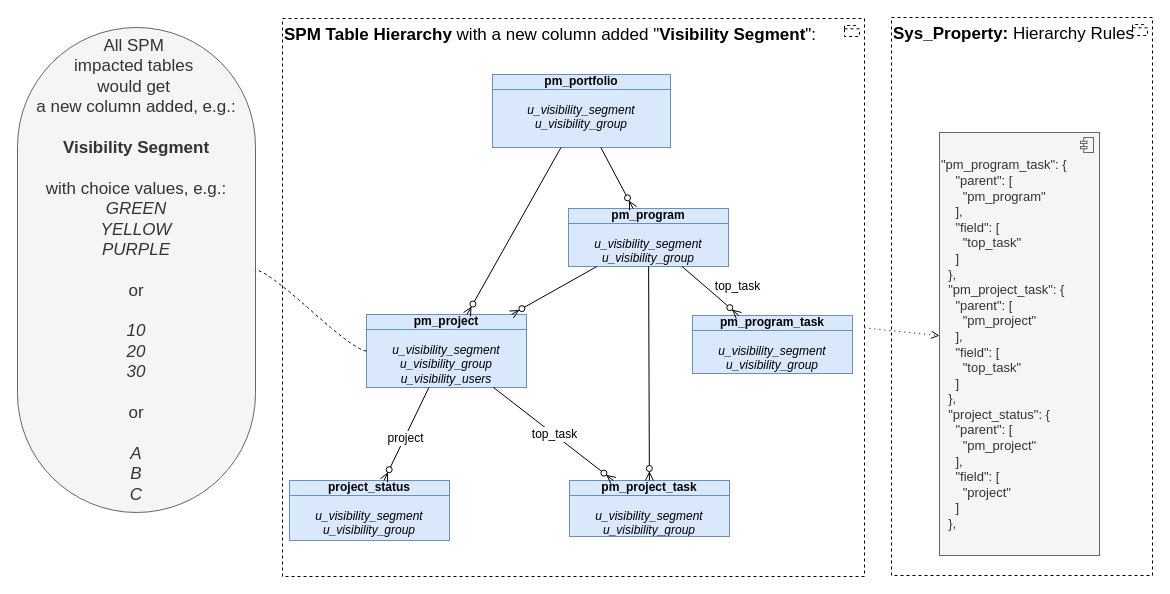
This is page "hier1" (4 of 20) of Sar.drawio from algimas/tmp, a draw.io file, before an edit. Source tidied: cells renumbered, new cells numbered last; positions are measured from the earlier drawing's top-left corner, leaving out a move shared by most shapes. Both pictures are drawn from the tidied source at 100%, with x=0, y=0 at pixel (17, 17).
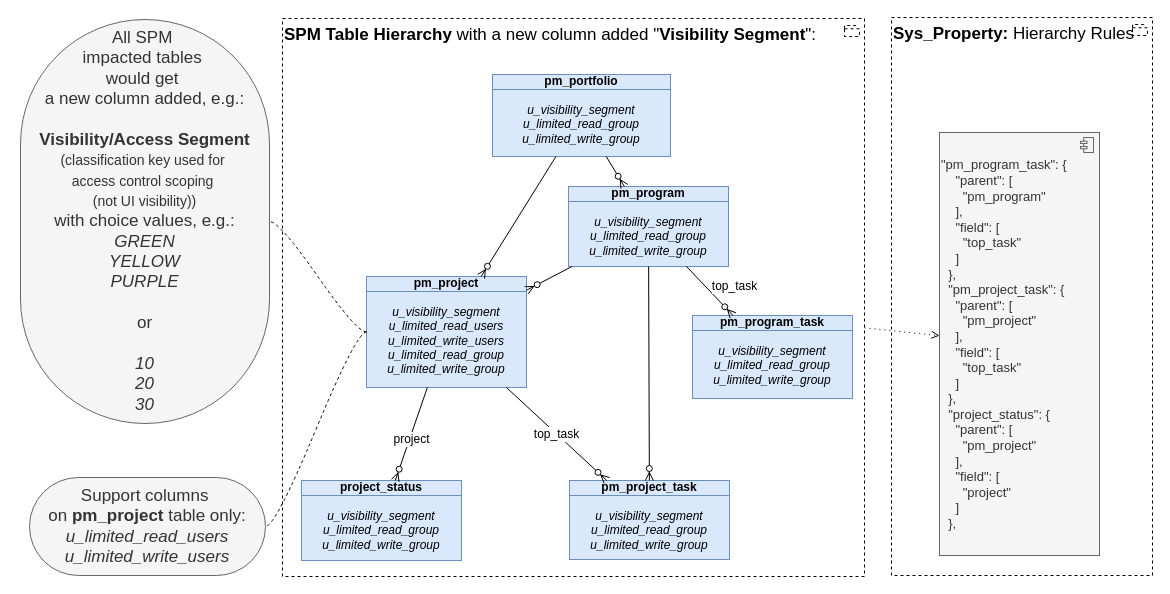
The same diagram, later.

The edit, as a diff of the source:
```diff
@@
-    <mxCell id="4" value="&lt;div&gt;&lt;b&gt;pm_project&lt;/b&gt;&lt;/div&gt;&lt;div&gt;&lt;div&gt;&lt;i&gt;&lt;br&gt;&lt;/i&gt;&lt;/div&gt;&lt;div&gt;&lt;i&gt;u_visibility_segment&lt;/i&gt;&lt;/div&gt;&lt;div&gt;&lt;i&gt;u_visibility_group&lt;/i&gt;&lt;/div&gt;&lt;div&gt;&lt;i&gt;u_visibility_users&lt;/i&gt;&lt;/div&gt;&lt;br&gt;&lt;/div&gt;" style="html=1;outlineConnect=0;whiteSpace=wrap;fillColor=#dae8fc;shape=mxgraph.archimate3.businessObject;overflow=fill;strokeColor=#6c8ebf;fontStyle=0;fontSize=12;" parent="1" vertex="1">
-      <mxGeometry x="349" y="297" width="160" height="73" as="geometry" />
+    <mxCell id="4" value="&lt;div&gt;&lt;b&gt;pm_project&lt;/b&gt;&lt;/div&gt;&lt;div&gt;&lt;div&gt;&lt;i&gt;&lt;br&gt;&lt;/i&gt;&lt;/div&gt;&lt;div&gt;&lt;i&gt;u_visibility_segment&lt;/i&gt;&lt;/div&gt;&lt;div&gt;&lt;i&gt;u_limited_read_users&lt;/i&gt;&lt;/div&gt;&lt;div&gt;&lt;i&gt;u_limited_write_users&lt;/i&gt;&lt;/div&gt;&lt;i&gt;u_limited_read_group&lt;/i&gt;&lt;/div&gt;&lt;div&gt;&lt;i&gt;u_limited_write_group&lt;/i&gt;&lt;/div&gt;" style="html=1;outlineConnect=0;whiteSpace=wrap;fillColor=#dae8fc;shape=mxgraph.archimate3.businessObject;overflow=fill;strokeColor=#6c8ebf;fontStyle=0;fontSize=12;" parent="1" vertex="1">
+      <mxGeometry x="349" y="259" width="160" height="111" as="geometry" />
     </mxCell>
-    <mxCell id="5" value="&lt;div&gt;&lt;b&gt;pm_program_task&lt;/b&gt;&lt;/div&gt;&lt;div&gt;&lt;i&gt;&lt;br&gt;&lt;/i&gt;&lt;/div&gt;&lt;div&gt;&lt;i&gt;u_visibility_segment&lt;/i&gt;&lt;/div&gt;&lt;div&gt;&lt;i&gt;u_visibility_group&lt;/i&gt;&lt;/div&gt;" style="html=1;outlineConnect=0;whiteSpace=wrap;fillColor=#dae8fc;shape=mxgraph.archimate3.businessObject;overflow=fill;strokeColor=#6c8ebf;fontStyle=0;fontSize=12;" parent="1" vertex="1">
-      <mxGeometry x="675" y="298" width="160" height="58" as="geometry" />
+    <mxCell id="5" value="&lt;div&gt;&lt;b&gt;pm_program_task&lt;/b&gt;&lt;/div&gt;&lt;div&gt;&lt;i&gt;&lt;br&gt;&lt;/i&gt;&lt;/div&gt;&lt;div&gt;&lt;i&gt;u_visibility_segment&lt;/i&gt;&lt;/div&gt;&lt;div&gt;&lt;div&gt;&lt;i&gt;u_limited_read_group&lt;/i&gt;&lt;/div&gt;&lt;div&gt;&lt;i&gt;u_limited_write_group&lt;/i&gt;&lt;/div&gt;&lt;/div&gt;" style="html=1;outlineConnect=0;whiteSpace=wrap;fillColor=#dae8fc;shape=mxgraph.archimate3.businessObject;overflow=fill;strokeColor=#6c8ebf;fontStyle=0;fontSize=12;" parent="1" vertex="1">
+      <mxGeometry x="675" y="298" width="160" height="83" as="geometry" />
     </mxCell>
-    <mxCell id="6" value="&lt;div&gt;&lt;span&gt;&lt;b&gt;pm_portfolio&lt;/b&gt;&lt;/span&gt;&lt;/div&gt;&lt;div&gt;&lt;br&gt;&lt;/div&gt;&lt;div&gt;&lt;i&gt;u_visibility_segment&lt;/i&gt;&lt;/div&gt;&lt;div&gt;&lt;i&gt;u_visibility_group&lt;/i&gt;&lt;/div&gt;" style="html=1;outlineConnect=0;whiteSpace=wrap;fillColor=#dae8fc;shape=mxgraph.archimate3.businessObject;overflow=fill;strokeColor=#6c8ebf;fontStyle=0;fontSize=12;" parent="1" vertex="1">
-      <mxGeometry x="475" y="57" width="178" height="73" as="geometry" />
+    <mxCell id="6" value="&lt;div&gt;&lt;span&gt;&lt;b&gt;pm_portfolio&lt;/b&gt;&lt;/span&gt;&lt;/div&gt;&lt;div&gt;&lt;br&gt;&lt;/div&gt;&lt;div&gt;&lt;i&gt;u_visibility_segment&lt;/i&gt;&lt;/div&gt;&lt;div&gt;&lt;div&gt;&lt;i&gt;u_limited_read_group&lt;/i&gt;&lt;/div&gt;&lt;div&gt;&lt;i&gt;u_limited_write_group&lt;/i&gt;&lt;/div&gt;&lt;/div&gt;" style="html=1;outlineConnect=0;whiteSpace=wrap;fillColor=#dae8fc;shape=mxgraph.archimate3.businessObject;overflow=fill;strokeColor=#6c8ebf;fontStyle=0;fontSize=12;" parent="1" vertex="1">
+      <mxGeometry x="475" y="57" width="178" height="82" as="geometry" />
     </mxCell>
-    <mxCell id="7" value="&lt;div&gt;&lt;b&gt;project_status&lt;/b&gt;&lt;/div&gt;&lt;div&gt;&lt;div&gt;&lt;i&gt;&lt;br&gt;&lt;/i&gt;&lt;/div&gt;&lt;div&gt;&lt;i&gt;u_visibility_segment&lt;/i&gt;&lt;/div&gt;&lt;div&gt;&lt;i&gt;u_visibility_group&lt;/i&gt;&lt;/div&gt;&lt;br&gt;&lt;/div&gt;" style="html=1;outlineConnect=0;whiteSpace=wrap;fillColor=#dae8fc;shape=mxgraph.archimate3.businessObject;overflow=fill;strokeColor=#6c8ebf;fontStyle=0;fontSize=12;" parent="1" vertex="1">
-      <mxGeometry x="272" y="463" width="160" height="60" as="geometry" />
+    <mxCell id="7" value="&lt;div&gt;&lt;b&gt;project_status&lt;/b&gt;&lt;/div&gt;&lt;div&gt;&lt;div&gt;&lt;i&gt;&lt;br&gt;&lt;/i&gt;&lt;/div&gt;&lt;div&gt;&lt;i&gt;u_visibility_segment&lt;/i&gt;&lt;/div&gt;&lt;div&gt;&lt;div&gt;&lt;i&gt;u_limited_read_group&lt;/i&gt;&lt;/div&gt;&lt;div&gt;&lt;i&gt;u_limited_write_group&lt;/i&gt;&lt;/div&gt;&lt;/div&gt;&lt;br&gt;&lt;/div&gt;" style="html=1;outlineConnect=0;whiteSpace=wrap;fillColor=#dae8fc;shape=mxgraph.archimate3.businessObject;overflow=fill;strokeColor=#6c8ebf;fontStyle=0;fontSize=12;" parent="1" vertex="1">
+      <mxGeometry x="284" y="463" width="160" height="80" as="geometry" />
     </mxCell>
@@
-    <mxCell id="10" value="&lt;div&gt;&lt;b&gt;pm_project_task&lt;/b&gt;&lt;/div&gt;&lt;div&gt;&lt;div&gt;&lt;i&gt;&lt;br&gt;&lt;/i&gt;&lt;/div&gt;&lt;div&gt;&lt;i&gt;u_visibility_segment&lt;/i&gt;&lt;/div&gt;&lt;div&gt;&lt;i&gt;u_visibility_group&lt;/i&gt;&lt;/div&gt;&lt;/div&gt;" style="html=1;outlineConnect=0;whiteSpace=wrap;fillColor=#dae8fc;shape=mxgraph.archimate3.businessObject;overflow=fill;strokeColor=#6c8ebf;fontStyle=0;fontSize=12;" parent="1" vertex="1">
-      <mxGeometry x="552" y="463" width="160" height="56" as="geometry" />
+    <mxCell id="10" value="&lt;div&gt;&lt;b&gt;pm_project_task&lt;/b&gt;&lt;/div&gt;&lt;div&gt;&lt;div&gt;&lt;i&gt;&lt;br&gt;&lt;/i&gt;&lt;/div&gt;&lt;div&gt;&lt;i&gt;u_visibility_segment&lt;/i&gt;&lt;/div&gt;&lt;div&gt;&lt;div&gt;&lt;i&gt;u_limited_read_group&lt;/i&gt;&lt;/div&gt;&lt;div&gt;&lt;i&gt;u_limited_write_group&lt;/i&gt;&lt;/div&gt;&lt;/div&gt;&lt;/div&gt;" style="html=1;outlineConnect=0;whiteSpace=wrap;fillColor=#dae8fc;shape=mxgraph.archimate3.businessObject;overflow=fill;strokeColor=#6c8ebf;fontStyle=0;fontSize=12;" parent="1" vertex="1">
+      <mxGeometry x="552" y="463" width="160" height="79" as="geometry" />
     </mxCell>
-    <mxCell id="11" value="&lt;div&gt;&lt;b&gt;pm_program&lt;/b&gt;&lt;/div&gt;&lt;div&gt;&lt;div&gt;&lt;i&gt;&lt;br&gt;&lt;/i&gt;&lt;/div&gt;&lt;div&gt;&lt;i&gt;u_visibility_segment&lt;/i&gt;&lt;/div&gt;&lt;div&gt;&lt;i&gt;u_visibility_group&lt;/i&gt;&lt;/div&gt;&lt;/div&gt;&lt;div&gt;&lt;br&gt;&lt;/div&gt;&lt;div&gt;&lt;br&gt;&lt;/div&gt;" style="html=1;outlineConnect=0;whiteSpace=wrap;fillColor=#dae8fc;shape=mxgraph.archimate3.businessObject;overflow=fill;strokeColor=#6c8ebf;fontStyle=0;fontSize=12;" parent="1" vertex="1">
-      <mxGeometry x="551" y="191" width="160" height="58" as="geometry" />
+    <mxCell id="11" value="&lt;div&gt;&lt;b&gt;pm_program&lt;/b&gt;&lt;/div&gt;&lt;div&gt;&lt;div&gt;&lt;i&gt;&lt;br&gt;&lt;/i&gt;&lt;/div&gt;&lt;div&gt;&lt;i&gt;u_visibility_segment&lt;/i&gt;&lt;/div&gt;&lt;div&gt;&lt;div&gt;&lt;i&gt;u_limited_read_group&lt;/i&gt;&lt;/div&gt;&lt;div&gt;&lt;i&gt;u_limited_write_group&lt;/i&gt;&lt;/div&gt;&lt;/div&gt;&lt;/div&gt;&lt;div&gt;&lt;br&gt;&lt;/div&gt;&lt;div&gt;&lt;br&gt;&lt;/div&gt;" style="html=1;outlineConnect=0;whiteSpace=wrap;fillColor=#dae8fc;shape=mxgraph.archimate3.businessObject;overflow=fill;strokeColor=#6c8ebf;fontStyle=0;fontSize=12;" parent="1" vertex="1">
+      <mxGeometry x="551" y="169" width="160" height="80" as="geometry" />
     </mxCell>
@@
-    <mxCell id="20" value="&lt;div&gt;All SPM&amp;nbsp;&lt;/div&gt;&lt;div&gt;impacted tables&amp;nbsp;&lt;/div&gt;&lt;div&gt;would get&amp;nbsp;&lt;/div&gt;&lt;div&gt;a new&amp;nbsp;column added, e.g.:&lt;/div&gt;&lt;div&gt;&lt;br&gt;&lt;/div&gt;&lt;div&gt;&lt;b&gt;Visibility Segment&lt;/b&gt;&lt;/div&gt;&lt;div&gt;&lt;br&gt;&lt;/div&gt;&lt;div&gt;with choice values, e.g.:&lt;/div&gt;&lt;div&gt;&lt;i&gt;GREEN&lt;/i&gt;&lt;/div&gt;&lt;div&gt;&lt;i&gt;YELLOW&lt;/i&gt;&lt;/div&gt;&lt;div&gt;&lt;i&gt;PURPLE&lt;/i&gt;&lt;/div&gt;&lt;div&gt;&lt;br&gt;&lt;/div&gt;&lt;div&gt;or&lt;/div&gt;&lt;div&gt;&lt;br&gt;&lt;/div&gt;&lt;div&gt;&lt;i&gt;10&lt;/i&gt;&lt;/div&gt;&lt;div&gt;&lt;i&gt;20&lt;/i&gt;&lt;/div&gt;&lt;div&gt;&lt;i&gt;30&lt;/i&gt;&lt;/div&gt;&lt;div&gt;&lt;br&gt;&lt;/div&gt;&lt;div&gt;or&lt;/div&gt;&lt;div&gt;&lt;br&gt;&lt;/div&gt;&lt;div&gt;&lt;i&gt;A&lt;/i&gt;&lt;/div&gt;&lt;div&gt;&lt;i&gt;B&lt;/i&gt;&lt;/div&gt;&lt;div&gt;&lt;i&gt;C&lt;/i&gt;&lt;/div&gt;" style="whiteSpace=wrap;html=1;rounded=1;arcSize=50;align=center;verticalAlign=middle;strokeWidth=1;spacing=4;newEdgeStyle={&quot;edgeStyle&quot;:&quot;entityRelationEdgeStyle&quot;,&quot;startArrow&quot;:&quot;none&quot;,&quot;endArrow&quot;:&quot;none&quot;,&quot;segment&quot;:10,&quot;curved&quot;:1,&quot;sourcePerimeterSpacing&quot;:0,&quot;targetPerimeterSpacing&quot;:0};fillColor=#f5f5f5;strokeColor=#666666;fontColor=#333333;fontSize=17;" parent="1" vertex="1">
-      <mxGeometry y="10" width="238" height="485" as="geometry" />
+    <mxCell id="20" value="&lt;div&gt;All SPM&amp;nbsp;&lt;/div&gt;&lt;div&gt;impacted tables&amp;nbsp;&lt;/div&gt;&lt;div&gt;would get&amp;nbsp;&lt;/div&gt;&lt;div&gt;a new&amp;nbsp;column added, e.g.:&lt;/div&gt;&lt;div&gt;&lt;br&gt;&lt;/div&gt;&lt;div&gt;&lt;b&gt;Visibility/Access Segment&lt;/b&gt;&lt;/div&gt;&lt;div&gt;&lt;font style=&quot;font-size: 14px;&quot;&gt;(classification key used for&amp;nbsp;&lt;/font&gt;&lt;div&gt;&lt;font style=&quot;font-size: 14px;&quot;&gt;access control scoping&amp;nbsp;&lt;/font&gt;&lt;/div&gt;&lt;div&gt;&lt;font style=&quot;font-size: 14px;&quot;&gt;(not UI visibility))&lt;/font&gt;&lt;/div&gt;&lt;/div&gt;&lt;div&gt;with choice values, e.g.:&lt;/div&gt;&lt;div&gt;&lt;i&gt;GREEN&lt;/i&gt;&lt;/div&gt;&lt;div&gt;&lt;i&gt;YELLOW&lt;/i&gt;&lt;/div&gt;&lt;div&gt;&lt;i&gt;PURPLE&lt;/i&gt;&lt;/div&gt;&lt;div&gt;&lt;br&gt;&lt;/div&gt;&lt;div&gt;or&lt;/div&gt;&lt;div&gt;&lt;br&gt;&lt;/div&gt;&lt;div&gt;&lt;i&gt;10&lt;/i&gt;&lt;/div&gt;&lt;div&gt;&lt;i&gt;20&lt;/i&gt;&lt;/div&gt;&lt;div&gt;&lt;i&gt;30&lt;/i&gt;&lt;/div&gt;" style="whiteSpace=wrap;html=1;rounded=1;arcSize=50;align=center;verticalAlign=middle;strokeWidth=1;spacing=4;newEdgeStyle={&quot;edgeStyle&quot;:&quot;entityRelationEdgeStyle&quot;,&quot;startArrow&quot;:&quot;none&quot;,&quot;endArrow&quot;:&quot;none&quot;,&quot;segment&quot;:10,&quot;curved&quot;:1,&quot;sourcePerimeterSpacing&quot;:0,&quot;targetPerimeterSpacing&quot;:0};fillColor=#f5f5f5;strokeColor=#666666;fontColor=#333333;fontSize=17;" parent="1" vertex="1">
+      <mxGeometry x="3" y="2" width="249" height="404" as="geometry" />
     </mxCell>
@@
+    <mxCell id="24" value="&lt;div&gt;Support columns&amp;nbsp;&lt;/div&gt;&lt;div&gt;on &lt;b&gt;pm_project&lt;/b&gt; table only:&lt;/div&gt;&lt;div&gt;&lt;i&gt;u_limited_read_users&lt;/i&gt;&lt;/div&gt;&lt;i&gt;u_limited_write_users&lt;/i&gt;" style="whiteSpace=wrap;html=1;rounded=1;arcSize=50;align=center;verticalAlign=middle;strokeWidth=1;spacing=4;newEdgeStyle={&quot;edgeStyle&quot;:&quot;entityRelationEdgeStyle&quot;,&quot;startArrow&quot;:&quot;none&quot;,&quot;endArrow&quot;:&quot;none&quot;,&quot;segment&quot;:10,&quot;curved&quot;:1,&quot;sourcePerimeterSpacing&quot;:0,&quot;targetPerimeterSpacing&quot;:0};fillColor=#f5f5f5;strokeColor=#666666;fontColor=#333333;fontSize=17;" parent="1" vertex="1">
+      <mxGeometry x="12" y="460" width="236" height="98" as="geometry" />
+    </mxCell>
+    <mxCell id="25" style="edgeStyle=entityRelationEdgeStyle;startArrow=none;endArrow=none;segment=10;curved=1;sourcePerimeterSpacing=0;targetPerimeterSpacing=0;rounded=0;labelBackgroundColor=default;dashed=1;" parent="1" edge="1" source="4" target="24">
+      <mxGeometry relative="1" as="geometry" />
+    </mxCell>
```
